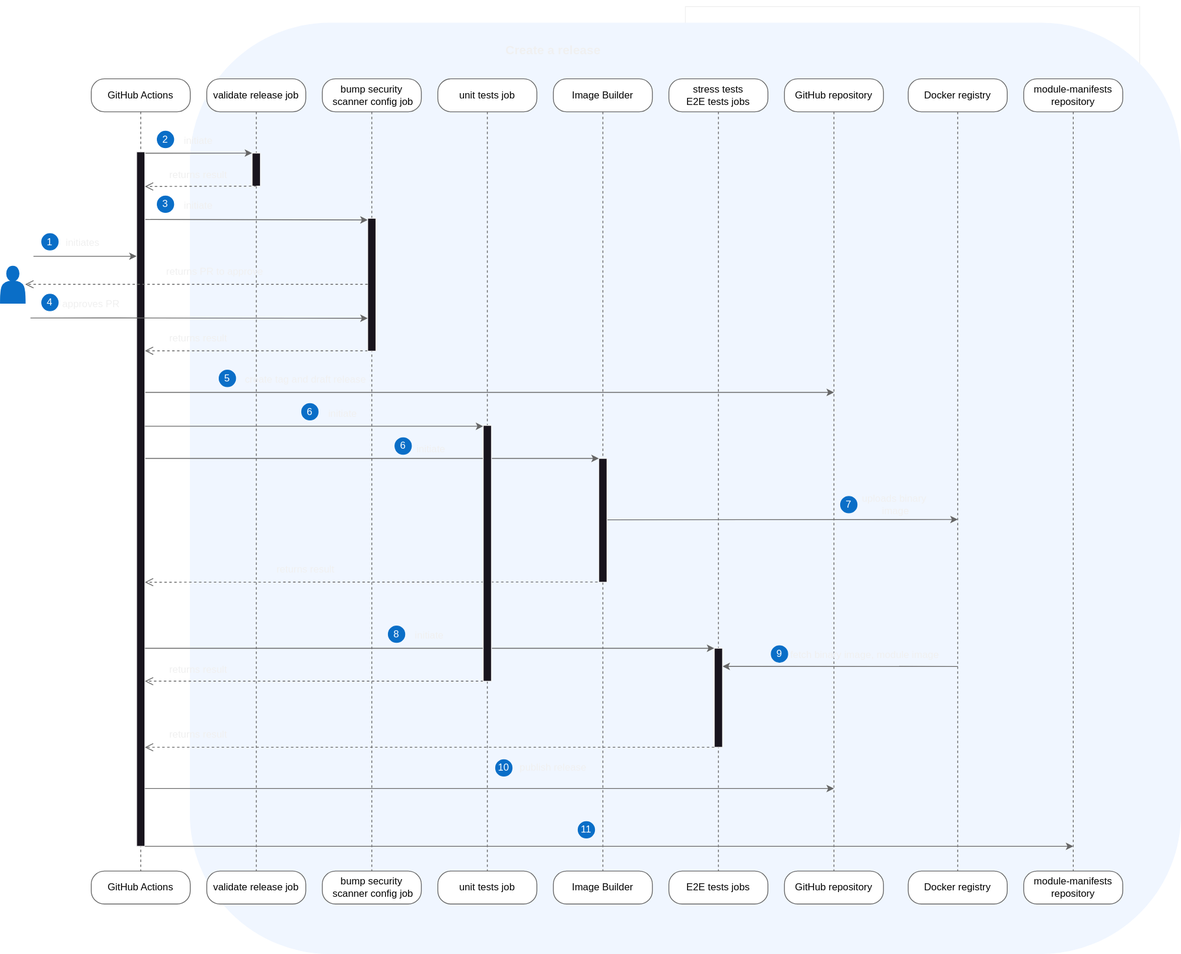
kyma-project/btp-manager keeps this draw.io diagram as docs/assets/release-with-version-submit.drawio.svg. Above is the earlier version. Source tidied: cells renumbered, new cells last; positions are measured from the earlier drawing's top-left corner, leaving out a move shared by most shapes.
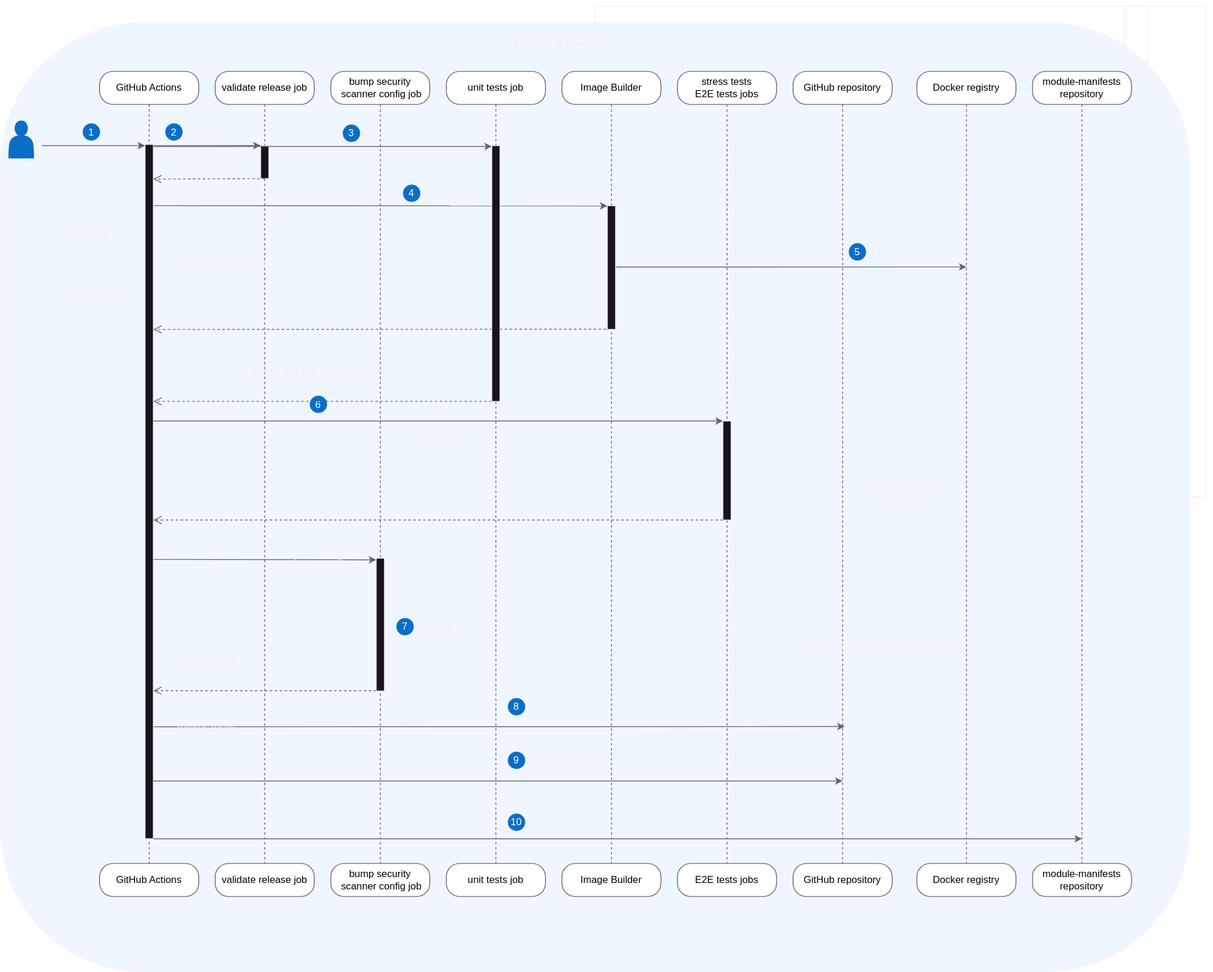
After the commit.

Change to the diagram source:
```diff
@@ -7,14 +7,24 @@
         <mxPoint x="1380" y="529.2" as="targetPoint" />
       </mxGeometry>
     </mxCell>
+    <mxCell id="87" style="edgeStyle=orthogonalEdgeStyle;rounded=0;jettySize=auto;html=1;exitX=1;exitY=0.5;exitDx=0;exitDy=0;" parent="1" edge="1" source="3">
+      <mxGeometry relative="1" as="geometry">
+        <mxPoint x="1351" y="572" as="targetPoint" />
+      </mxGeometry>
+    </mxCell>
     <mxCell id="3" style="rounded=1;whiteSpace=wrap;html=1;fillColor=#f0f6ff;strokeColor=#f0f6ff;verticalAlign=bottom;" parent="1" vertex="1">
-      <mxGeometry x="230" y="0.5" width="1200" height="1127.5" as="geometry" />
+      <mxGeometry x="-10" y="9" width="1440" height="1150" as="geometry" />
     </mxCell>
     <mxCell id="4" style="edgeStyle=orthogonalEdgeStyle;html=1;verticalAlign=bottom;endArrow=none;endSize=8;strokeColor=#666666;rounded=1;endFill=0;dashed=1;entryX=0.5;entryY=0;entryDx=0;entryDy=0;" parent="1" edge="1" source="8" target="9">
       <mxGeometry relative="1" as="geometry" />
     </mxCell>
+    <mxCell id="88" style="edgeStyle=orthogonalEdgeStyle;rounded=0;jettySize=auto;html=1;exitX=0.9;exitY=0.5;exitDx=0;exitDy=0;exitPerimeter=0;" parent="1" edge="1" source="5">
+      <mxGeometry relative="1" as="geometry">
+        <mxPoint x="27" y="178" as="targetPoint" />
+      </mxGeometry>
+    </mxCell>
     <mxCell id="5" style="shape=actor;whiteSpace=wrap;html=1;fillColor=#0a6ec7;strokeColor=#0a6ec7;" parent="1" vertex="1">
-      <mxGeometry y="295" width="30" height="45" as="geometry" />
+      <mxGeometry y="128" width="30" height="45" as="geometry" />
     </mxCell>
     <mxCell id="6" value="GitHub Actions" style="rounded=1;whiteSpace=wrap;html=1;arcSize=40;fontColor=#000000;fillColor=#FFFFFF;strokeColor=#666666;" parent="1" vertex="1">
       <mxGeometry x="110" y="68" width="120" height="40" as="geometry" />
@@ -65,16 +75,15 @@
     </mxCell>
     <mxCell id="21" style="edgeStyle=elbowEdgeStyle;rounded=1;orthogonalLoop=1;jettySize=auto;html=1;elbow=vertical;strokeColor=#666666;" parent="1" edge="1">
       <mxGeometry relative="1" as="geometry">
-        <mxPoint x="165" y="448" as="sourcePoint" />
-        <mxPoint x="1010" y="448" as="targetPoint" />
+        <mxPoint x="167.5" y="862.3" as="sourcePoint" />
+        <mxPoint x="1012.5" y="862.3" as="targetPoint" />
       </mxGeometry>
     </mxCell>
     <mxCell id="22" style="edgeStyle=orthogonalEdgeStyle;rounded=1;jettySize=auto;html=1;strokeColor=#666666;" parent="1" edge="1" target="44">
       <mxGeometry relative="1" as="geometry">
-        <mxPoint x="40" y="283" as="sourcePoint" />
+        <mxPoint x="40" y="158" as="sourcePoint" />
         <Array as="points">
-          <mxPoint x="130" y="283" />
-          <mxPoint x="130" y="283" />
+          <mxPoint x="40" y="158" />
         </Array>
       </mxGeometry>
     </mxCell>
@@ -83,35 +92,33 @@
     </mxCell>
     <mxCell id="24" style="edgeStyle=elbowEdgeStyle;rounded=1;orthogonalLoop=1;jettySize=auto;html=1;elbow=vertical;strokeColor=#666666;" parent="1" edge="1">
       <mxGeometry relative="1" as="geometry">
-        <mxPoint x="735" y="602.4" as="sourcePoint" />
-        <mxPoint x="1160" y="602" as="targetPoint" />
+        <mxPoint x="735" y="305.1" as="sourcePoint" />
+        <mxPoint x="1160" y="304.8" as="targetPoint" />
       </mxGeometry>
     </mxCell>
     <mxCell id="25" style="html=1;perimeter=orthogonalPerimeter;targetShapes=umlLifeline;newEdgeStyle={&quot;edgeStyle&quot;:&quot;elbowEdgeStyle&quot;,&quot;elbow&quot;:&quot;vertical&quot;,&quot;curved&quot;:0,&quot;rounded&quot;:0};" parent="1" vertex="1">
-      <mxGeometry x="725" y="528" width="10" height="150" as="geometry" />
+      <mxGeometry x="725" y="230.8" width="10" height="150" as="geometry" />
     </mxCell>
     <mxCell id="26" style="edgeStyle=elbowEdgeStyle;rounded=1;orthogonalLoop=1;jettySize=auto;html=1;elbow=vertical;verticalAlign=bottom;strokeColor=#666666;" parent="1" edge="1">
       <mxGeometry relative="1" as="geometry">
-        <mxPoint x="175" y="528" as="sourcePoint" />
-        <mxPoint x="725" y="528" as="targetPoint" />
+        <mxPoint x="175" y="230.8" as="sourcePoint" />
+        <mxPoint x="725" y="230.8" as="targetPoint" />
       </mxGeometry>
     </mxCell>
     <mxCell id="27" value="initiate" style="text;html=1;strokeColor=none;fillColor=none;align=center;verticalAlign=middle;whiteSpace=wrap;rounded=0;" parent="1" vertex="1">
       <mxGeometry x="467" y="502" width="110" height="30" as="geometry" />
     </mxCell>
-    <mxCell id="28" style="edgeStyle=elbowEdgeStyle;rounded=1;jettySize=auto;html=1;elbow=vertical;strokeColor=#666666;exitX=0.979;exitY=0.97;exitDx=0;exitDy=0;exitPerimeter=0;" parent="1" edge="1" source="32" target="67">
-      <mxGeometry relative="1" as="geometry" />
-    </mxCell>
     <mxCell id="29" style="edgeStyle=elbowEdgeStyle;rounded=1;jettySize=auto;html=1;elbow=vertical;strokeColor=#666666;" parent="1" edge="1" target="50">
       <mxGeometry relative="1" as="geometry">
-        <mxPoint x="175" y="238.5" as="sourcePoint" />
+        <mxPoint x="175" y="659.5" as="sourcePoint" />
       </mxGeometry>
     </mxCell>
-    <mxCell id="30" style="html=1;verticalAlign=bottom;endArrow=open;endSize=8;edgeStyle=elbowEdgeStyle;elbow=vertical;rounded=1;dashed=1;strokeColor=#666666;" parent="1" edge="1" source="50" target="44">
+    <mxCell id="30" style="html=1;verticalAlign=bottom;endArrow=open;endSize=8;edgeStyle=elbowEdgeStyle;elbow=vertical;rounded=1;dashed=1;strokeColor=#666666;" parent="1" edge="1" source="50">
       <mxGeometry relative="1" as="geometry">
+        <mxPoint x="175" y="818.6" as="targetPoint" />
         <Array as="points">
-          <mxPoint x="262.5" y="397.6" />
-          <mxPoint x="365.5" y="397.6" />
+          <mxPoint x="262.5" y="818.6" />
+          <mxPoint x="365.5" y="818.6" />
         </Array>
       </mxGeometry>
     </mxCell>
@@ -124,20 +131,17 @@
     <mxCell id="33" value="uploads binary&amp;nbsp;&lt;div&gt;image&lt;/div&gt;" style="text;html=1;strokeColor=none;fillColor=none;align=center;verticalAlign=middle;whiteSpace=wrap;rounded=0;" parent="1" vertex="1">
       <mxGeometry x="1010" y="569" width="150" height="30" as="geometry" />
     </mxCell>
-    <mxCell id="34" value="&lt;font color=&quot;#ffffff&quot;&gt;9&lt;/font&gt;" style="ellipse;whiteSpace=wrap;html=1;fillColor=#0a6ec7;strokeColor=#0a6ec7;" parent="1" vertex="1">
-      <mxGeometry x="934" y="755" width="20" height="20" as="geometry" />
-    </mxCell>
     <mxCell id="35" value="initiate" style="text;html=1;strokeColor=none;fillColor=none;align=center;verticalAlign=middle;whiteSpace=wrap;rounded=0;" parent="1" vertex="1">
       <mxGeometry x="210" y="207" width="60" height="30" as="geometry" />
     </mxCell>
     <mxCell id="36" value="&lt;font color=&quot;#ffffff&quot;&gt;3&lt;/font&gt;" style="ellipse;whiteSpace=wrap;html=1;fillColor=#0a6ec7;strokeColor=#0a6ec7;" parent="1" vertex="1">
-      <mxGeometry x="190" y="210" width="20" height="20" as="geometry" />
+      <mxGeometry x="405" y="133" width="20" height="20" as="geometry" />
     </mxCell>
-    <mxCell id="37" value="&lt;font color=&quot;#ffffff&quot;&gt;6&lt;/font&gt;" style="ellipse;whiteSpace=wrap;html=1;fillColor=#0a6ec7;strokeColor=#0a6ec7;" parent="1" vertex="1">
-      <mxGeometry x="478" y="503" width="20" height="20" as="geometry" />
+    <mxCell id="37" value="&lt;font color=&quot;#ffffff&quot;&gt;4&lt;/font&gt;" style="ellipse;whiteSpace=wrap;html=1;fillColor=#0a6ec7;strokeColor=#0a6ec7;" parent="1" vertex="1">
+      <mxGeometry x="478" y="205.8" width="20" height="20" as="geometry" />
     </mxCell>
-    <mxCell id="38" value="&lt;font color=&quot;#ffffff&quot;&gt;7&lt;/font&gt;" style="ellipse;whiteSpace=wrap;html=1;fillColor=#0a6ec7;strokeColor=#0a6ec7;" parent="1" vertex="1">
-      <mxGeometry x="1018" y="574" width="20" height="20" as="geometry" />
+    <mxCell id="38" value="&lt;font color=&quot;#ffffff&quot;&gt;5&lt;/font&gt;" style="ellipse;whiteSpace=wrap;html=1;fillColor=#0a6ec7;strokeColor=#0a6ec7;" parent="1" vertex="1">
+      <mxGeometry x="1018" y="276.8" width="20" height="20" as="geometry" />
     </mxCell>
     <mxCell id="39" value="validate release job" style="rounded=1;whiteSpace=wrap;html=1;arcSize=40;fontColor=#000000;fillColor=#FFFFFF;strokeColor=#666666;" parent="1" vertex="1">
       <mxGeometry x="250" y="68" width="120" height="40" as="geometry" />
@@ -178,53 +182,30 @@
       <mxGeometry relative="1" as="geometry" />
     </mxCell>
     <mxCell id="50" style="html=1;points=[];perimeter=orthogonalPerimeter;outlineConnect=0;targetShapes=umlLifeline;portConstraint=eastwest;newEdgeStyle={&quot;edgeStyle&quot;:&quot;elbowEdgeStyle&quot;,&quot;elbow&quot;:&quot;vertical&quot;,&quot;curved&quot;:0,&quot;rounded&quot;:0};" parent="1" vertex="1">
-      <mxGeometry x="445" y="237" width="10" height="161" as="geometry" />
+      <mxGeometry x="445" y="658" width="10" height="161" as="geometry" />
     </mxCell>
-    <mxCell id="51" style="html=1;verticalAlign=bottom;endArrow=open;endSize=8;edgeStyle=elbowEdgeStyle;elbow=vertical;rounded=1;dashed=1;strokeColor=#666666;" parent="1" edge="1" target="5">
-      <mxGeometry relative="1" as="geometry">
-        <mxPoint x="445" y="317" as="sourcePoint" />
-        <Array as="points">
-          <mxPoint x="30" y="317" />
-        </Array>
-      </mxGeometry>
-    </mxCell>
     <mxCell id="52" value="returns PR to approve" style="text;html=1;strokeColor=none;fillColor=none;align=center;verticalAlign=middle;whiteSpace=wrap;rounded=0;" parent="1" vertex="1">
       <mxGeometry x="200" y="287" width="120" height="30" as="geometry" />
     </mxCell>
-    <mxCell id="53" style="edgeStyle=orthogonalEdgeStyle;rounded=1;orthogonalLoop=1;jettySize=auto;html=1;strokeColor=#666666;exitX=1.023;exitY=0.913;exitDx=0;exitDy=0;exitPerimeter=0;" parent="1" edge="1">
-      <mxGeometry relative="1" as="geometry">
-        <mxPoint x="36.4" y="357.8" as="sourcePoint" />
-        <mxPoint x="445" y="358.2" as="targetPoint" />
-        <Array as="points">
-          <mxPoint x="135" y="358.2" />
-        </Array>
-      </mxGeometry>
-    </mxCell>
     <mxCell id="54" value="initiates" style="text;html=1;strokeColor=none;fillColor=none;align=center;verticalAlign=middle;whiteSpace=wrap;rounded=0;" parent="1" vertex="1">
       <mxGeometry x="70" y="252" width="60" height="30" as="geometry" />
     </mxCell>
     <mxCell id="55" value="&lt;font color=&quot;#ffffff&quot;&gt;1&lt;/font&gt;" style="ellipse;whiteSpace=wrap;html=1;fillColor=#0a6ec7;strokeColor=#0a6ec7;" parent="1" vertex="1">
-      <mxGeometry x="50" y="255.5" width="20" height="20" as="geometry" />
+      <mxGeometry x="90" y="131.5" width="20" height="20" as="geometry" />
     </mxCell>
     <mxCell id="56" value="approves PR" style="text;html=1;strokeColor=none;fillColor=none;align=center;verticalAlign=middle;whiteSpace=wrap;rounded=0;" parent="1" vertex="1">
       <mxGeometry x="70" y="325.6" width="80" height="30" as="geometry" />
     </mxCell>
-    <mxCell id="57" value="&lt;font color=&quot;#ffffff&quot;&gt;4&lt;/font&gt;" style="ellipse;whiteSpace=wrap;html=1;fillColor=#0a6ec7;strokeColor=#0a6ec7;" parent="1" vertex="1">
-      <mxGeometry x="50" y="329.1" width="20" height="20" as="geometry" />
-    </mxCell>
     <mxCell id="58" value="returns result" style="text;html=1;strokeColor=none;fillColor=none;align=center;verticalAlign=middle;whiteSpace=wrap;rounded=0;" parent="1" vertex="1">
       <mxGeometry x="200" y="368" width="80" height="30" as="geometry" />
     </mxCell>
     <mxCell id="59" value="create tag and draft release" style="text;html=1;strokeColor=none;fillColor=none;align=center;verticalAlign=middle;whiteSpace=wrap;rounded=0;" parent="1" vertex="1">
       <mxGeometry x="285" y="418" width="170" height="30" as="geometry" />
     </mxCell>
-    <mxCell id="60" value="&lt;font color=&quot;#ffffff&quot;&gt;5&lt;/font&gt;" style="ellipse;whiteSpace=wrap;html=1;fillColor=#0a6ec7;strokeColor=#0a6ec7;" parent="1" vertex="1">
-      <mxGeometry x="265" y="421" width="20" height="20" as="geometry" />
-    </mxCell>
     <mxCell id="61" style="edgeStyle=elbowEdgeStyle;rounded=1;orthogonalLoop=1;jettySize=auto;html=1;elbow=vertical;strokeColor=#666666;" parent="1" edge="1">
       <mxGeometry relative="1" as="geometry">
-        <mxPoint x="175" y="489" as="sourcePoint" />
-        <mxPoint x="585" y="488.8" as="targetPoint" />
+        <mxPoint x="175" y="159" as="sourcePoint" />
+        <mxPoint x="585" y="158.8" as="targetPoint" />
       </mxGeometry>
     </mxCell>
     <mxCell id="62" value="initiate" style="text;html=1;strokeColor=none;fillColor=none;align=center;verticalAlign=middle;whiteSpace=wrap;rounded=0;" parent="1" vertex="1">
@@ -235,11 +216,11 @@
     </mxCell>
     <mxCell id="64" style="html=1;verticalAlign=bottom;endArrow=open;endSize=8;edgeStyle=elbowEdgeStyle;elbow=vertical;rounded=1;dashed=1;strokeColor=#666666;" parent="1" edge="1">
       <mxGeometry relative="1" as="geometry">
-        <mxPoint x="585" y="797.9" as="sourcePoint" />
-        <mxPoint x="175" y="797.9" as="targetPoint" />
+        <mxPoint x="585" y="467.9" as="sourcePoint" />
+        <mxPoint x="175" y="467.9" as="targetPoint" />
         <Array as="points">
-          <mxPoint x="487.5" y="797.9" />
-          <mxPoint x="590.5" y="797.9" />
+          <mxPoint x="487.5" y="467.9" />
+          <mxPoint x="590.5" y="467.9" />
         </Array>
       </mxGeometry>
     </mxCell>
@@ -250,27 +231,28 @@
       <mxGeometry relative="1" as="geometry" />
     </mxCell>
     <mxCell id="67" style="html=1;points=[];perimeter=orthogonalPerimeter;outlineConnect=0;targetShapes=umlLifeline;portConstraint=eastwest;newEdgeStyle={&quot;edgeStyle&quot;:&quot;elbowEdgeStyle&quot;,&quot;elbow&quot;:&quot;vertical&quot;,&quot;curved&quot;:0,&quot;rounded&quot;:0};" parent="1" vertex="1">
-      <mxGeometry x="865" y="758" width="10" height="120" as="geometry" />
+      <mxGeometry x="865" y="491.8" width="10" height="120" as="geometry" />
     </mxCell>
     <mxCell id="68" style="edgeStyle=elbowEdgeStyle;rounded=1;jettySize=auto;html=1;elbow=vertical;strokeColor=#666666;" parent="1" edge="1" target="67">
       <mxGeometry relative="1" as="geometry">
-        <mxPoint x="175" y="758" as="sourcePoint" />
+        <mxPoint x="175" y="491.8" as="sourcePoint" />
         <Array as="points">
-          <mxPoint x="270" y="758" />
+          <mxPoint x="270" y="491.8" />
         </Array>
       </mxGeometry>
     </mxCell>
     <mxCell id="69" value="initiate" style="text;html=1;strokeColor=none;fillColor=none;align=center;verticalAlign=middle;whiteSpace=wrap;rounded=0;" parent="1" vertex="1">
       <mxGeometry x="490" y="728" width="60" height="30" as="geometry" />
     </mxCell>
-    <mxCell id="70" value="&lt;font color=&quot;#ffffff&quot;&gt;8&lt;/font&gt;" style="ellipse;whiteSpace=wrap;html=1;fillColor=#0a6ec7;strokeColor=#0a6ec7;" parent="1" vertex="1">
+    <mxCell id="70" value="&lt;font color=&quot;#ffffff&quot;&gt;7&lt;/font&gt;" style="ellipse;whiteSpace=wrap;html=1;fillColor=#0a6ec7;strokeColor=#0a6ec7;" parent="1" vertex="1">
       <mxGeometry x="470" y="731" width="20" height="20" as="geometry" />
     </mxCell>
-    <mxCell id="71" style="html=1;verticalAlign=bottom;endArrow=open;endSize=8;edgeStyle=elbowEdgeStyle;elbow=vertical;rounded=1;dashed=1;strokeColor=#666666;" parent="1" edge="1" source="67" target="44">
+    <mxCell id="71" style="html=1;verticalAlign=bottom;endArrow=open;endSize=8;edgeStyle=elbowEdgeStyle;elbow=vertical;rounded=1;dashed=1;strokeColor=#666666;" parent="1" edge="1" source="67">
       <mxGeometry relative="1" as="geometry">
+        <mxPoint x="175" y="611.8" as="targetPoint" />
         <Array as="points">
-          <mxPoint x="475" y="878" />
-          <mxPoint x="570.5" y="877.9" />
+          <mxPoint x="475" y="611.8" />
+          <mxPoint x="570.5" y="611.7" />
         </Array>
       </mxGeometry>
     </mxCell>
@@ -289,8 +271,8 @@
     <mxCell id="74" value="publish release" style="text;html=1;strokeColor=none;fillColor=none;align=center;verticalAlign=middle;whiteSpace=wrap;rounded=0;" parent="1" vertex="1">
       <mxGeometry x="615" y="888" width="110" height="30" as="geometry" />
     </mxCell>
-    <mxCell id="75" value="&lt;font color=&quot;#ffffff&quot;&gt;10&lt;/font&gt;" style="ellipse;whiteSpace=wrap;html=1;fillColor=#0a6ec7;strokeColor=#0a6ec7;" parent="1" vertex="1">
-      <mxGeometry x="600" y="893" width="20" height="20" as="geometry" />
+    <mxCell id="75" value="&lt;font color=&quot;#ffffff&quot;&gt;8&lt;/font&gt;" style="ellipse;whiteSpace=wrap;html=1;fillColor=#0a6ec7;strokeColor=#0a6ec7;" parent="1" vertex="1">
+      <mxGeometry x="605" y="828" width="20" height="20" as="geometry" />
     </mxCell>
     <mxCell id="76" value="bump&amp;nbsp;security&lt;br&gt;&amp;nbsp;scanner config job" style="rounded=1;whiteSpace=wrap;html=1;arcSize=40;fontColor=#000000;fillColor=#FFFFFF;strokeColor=#666666;" parent="1" vertex="1">
       <mxGeometry x="390" y="1028" width="120" height="40" as="geometry" />
@@ -300,10 +282,10 @@
     </mxCell>
     <mxCell id="78" style="html=1;verticalAlign=bottom;endArrow=open;endSize=8;edgeStyle=elbowEdgeStyle;elbow=horizontal;rounded=1;dashed=1;strokeColor=#666666;exitX=-0.14;exitY=0.998;exitDx=0;exitDy=0;exitPerimeter=0;" parent="1" edge="1">
       <mxGeometry relative="1" as="geometry">
-        <mxPoint x="723.6" y="677.8" as="sourcePoint" />
-        <mxPoint x="175" y="678" as="targetPoint" />
+        <mxPoint x="723.6" y="380.5" as="sourcePoint" />
+        <mxPoint x="175" y="380.8" as="targetPoint" />
         <Array as="points">
-          <mxPoint x="590.5" y="678" />
+          <mxPoint x="590.5" y="380.8" />
         </Array>
       </mxGeometry>
     </mxCell>
@@ -311,7 +293,7 @@
       <mxGeometry x="330" y="648" width="80" height="30" as="geometry" />
     </mxCell>
     <mxCell id="80" style="html=1;perimeter=orthogonalPerimeter;targetShapes=umlLifeline;newEdgeStyle={&quot;edgeStyle&quot;:&quot;elbowEdgeStyle&quot;,&quot;elbow&quot;:&quot;vertical&quot;,&quot;curved&quot;:0,&quot;rounded&quot;:0};" parent="1" vertex="1">
-      <mxGeometry x="585" y="488" width="10" height="310" as="geometry" />
+      <mxGeometry x="585" y="158" width="10" height="310" as="geometry" />
     </mxCell>
     <mxCell id="81" value="module-manifests repository" style="rounded=1;whiteSpace=wrap;html=1;arcSize=40;fontColor=#000000;fillColor=#FFFFFF;strokeColor=#666666;" parent="1" vertex="1">
       <mxGeometry x="1240" y="68" width="120" height="40" as="geometry" />
@@ -336,8 +318,11 @@
         </Array>
       </mxGeometry>
     </mxCell>
-    <mxCell id="86" value="&lt;font color=&quot;#ffffff&quot;&gt;11&lt;/font&gt;" style="ellipse;whiteSpace=wrap;html=1;fillColor=#0a6ec7;strokeColor=#0a6ec7;" parent="1" vertex="1">
-      <mxGeometry x="700" y="968" width="20" height="20" as="geometry" />
+    <mxCell id="86" value="&lt;font color=&quot;#ffffff&quot;&gt;10&lt;/font&gt;" style="ellipse;whiteSpace=wrap;html=1;fillColor=#0a6ec7;strokeColor=#0a6ec7;" parent="1" vertex="1">
+      <mxGeometry x="605" y="968" width="20" height="20" as="geometry" />
     </mxCell>
+    <mxCell id="34" value="&lt;font color=&quot;#ffffff&quot;&gt;9&lt;/font&gt;" style="ellipse;whiteSpace=wrap;html=1;fillColor=#0a6ec7;strokeColor=#0a6ec7;" parent="1" vertex="1">
+      <mxGeometry x="605" y="893" width="20" height="20" as="geometry" />
+    </mxCell>
   </root>
 </mxGraphModel>
```
